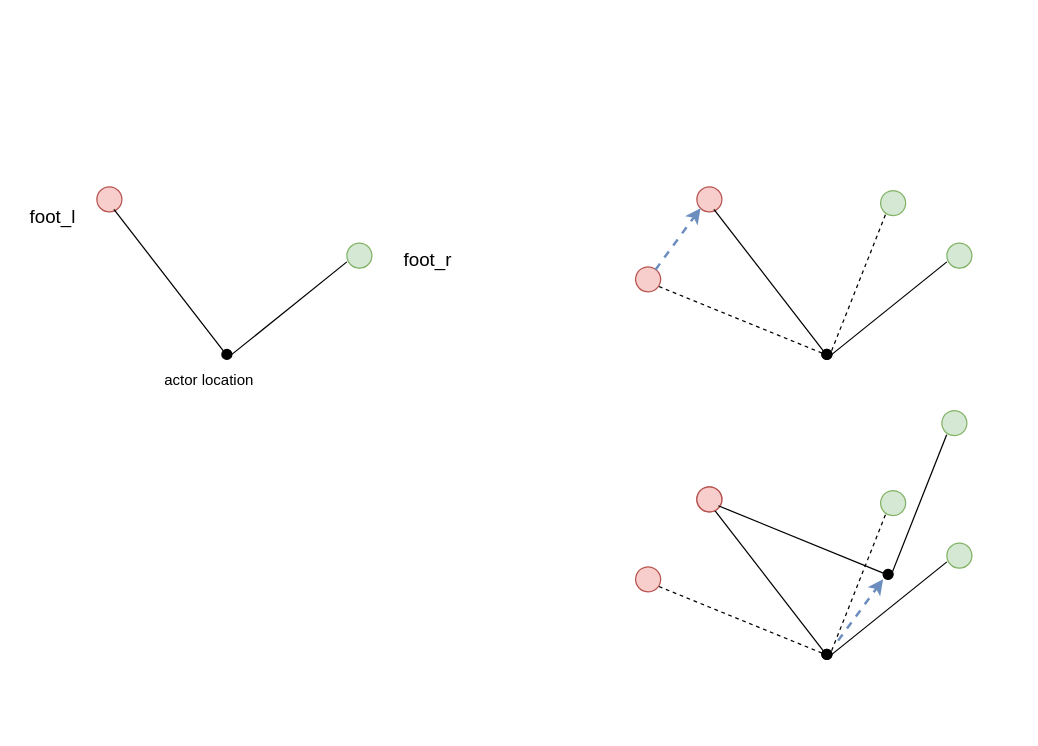
Allusteve/DrawioRepo keeps this draw.io diagram as PivotRotation.drawio. Above is the earlier version. Source tidied: cells renumbered, new cells numbered last; positions are measured from the earlier drawing's top-left corner, leaving out a move shared by most shapes. Both pictures are drawn from the tidied source at 125%, with x=0, y=0 at pixel (21, 98).
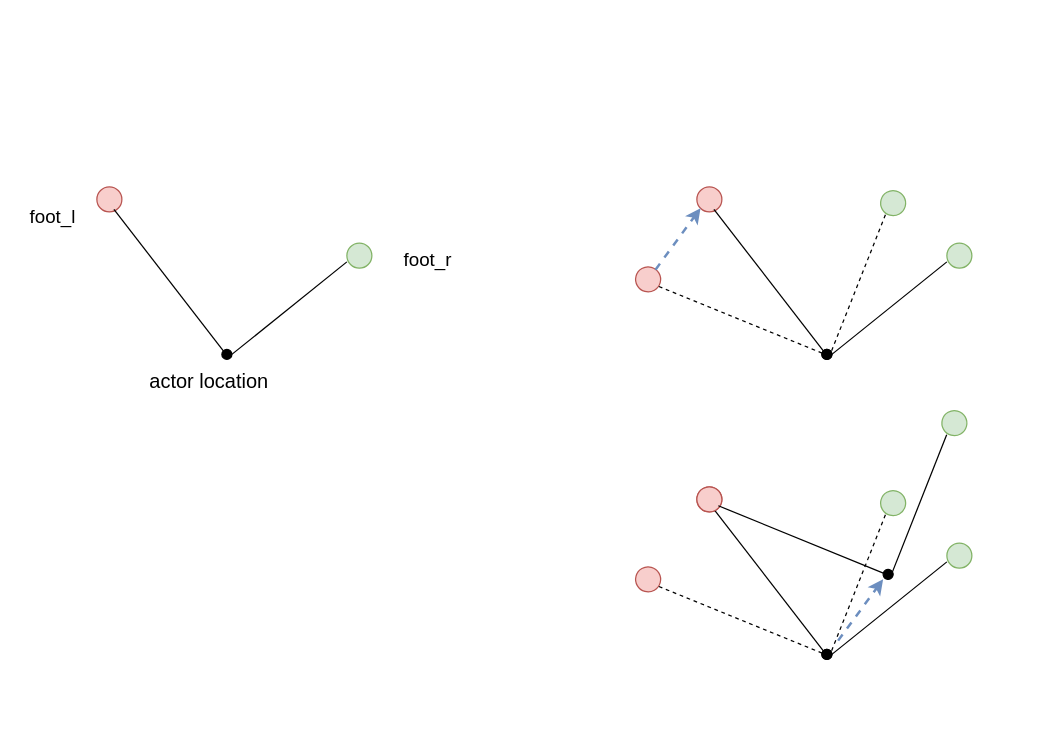
Above is the later version.

Change to the diagram source:
```diff
@@
-    <mxCell id="9" value="actor location" style="text;html=1;align=center;verticalAlign=middle;whiteSpace=wrap;rounded=0;" parent="1" vertex="1">
+    <mxCell id="9" value="&lt;font style=&quot;font-size: 16px;&quot;&gt;actor location&lt;/font&gt;" style="text;html=1;align=center;verticalAlign=middle;whiteSpace=wrap;rounded=0;" parent="1" vertex="1">
       <mxGeometry x="90" y="211" width="120" height="30" as="geometry" />
     </mxCell>
```
